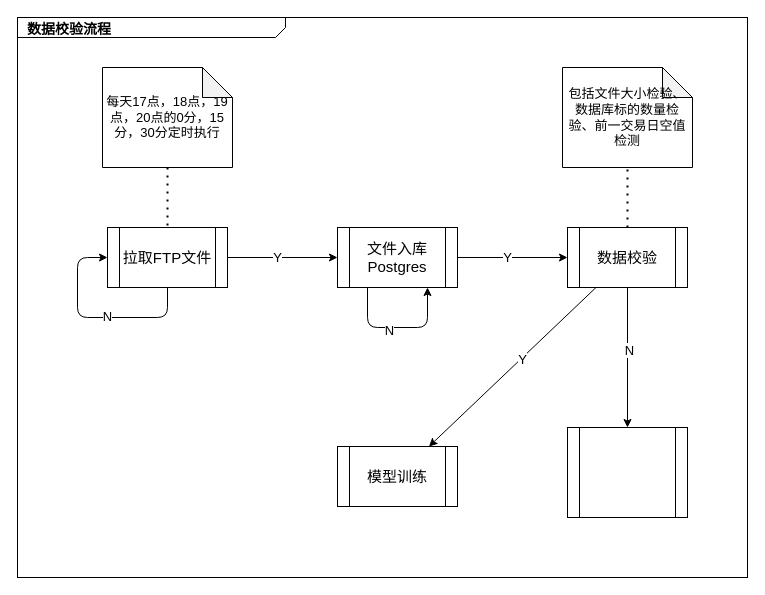
jayed008/notebook keeps this draw.io diagram as drawio/Untitled Diagram.drawio. Above is the earlier version. Source tidied: cells renumbered, new cells numbered last; positions are measured from the earlier drawing's top-left corner, leaving out a move shared by most shapes. Both pictures are drawn from the tidied source at 100%, with x=0, y=0 at pixel (17, 17).
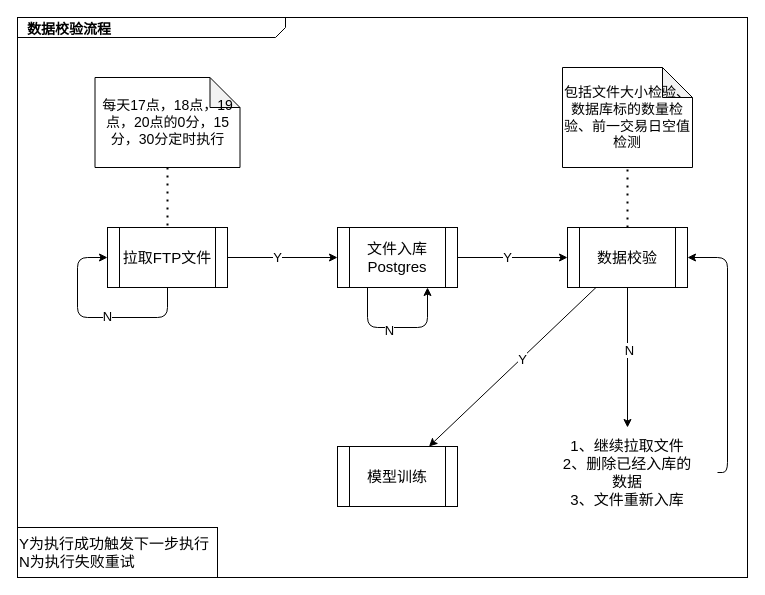
After the change.

Unchanged cells that the change refers to:
```xml
<mxCell id="14" value="&lt;font style=&quot;font-size: 15px&quot;&gt;数据校验&lt;/font&gt;" style="shape=process;whiteSpace=wrap;html=1;backgroundOutline=1;" parent="1" vertex="1">
  <mxGeometry x="550" y="210" width="120" height="60" as="geometry" />
</mxCell>
```

Diff of the diagram source:
```diff
@@
-    <mxCell id="15" value="包括文件大小检验、数据库标的数量检验、前一交易日空值检测" style="shape=note;whiteSpace=wrap;html=1;backgroundOutline=1;darkOpacity=0.05;fontSize=13;" parent="1" vertex="1">
+    <mxCell id="15" value="&lt;font style=&quot;font-size: 14px&quot;&gt;包括文件大小检验、数据库标的数量检验、前一交易日空值检测&lt;/font&gt;" style="shape=note;whiteSpace=wrap;html=1;backgroundOutline=1;darkOpacity=0.05;fontSize=13;" parent="1" vertex="1">
       <mxGeometry x="545" y="50" width="130" height="100" as="geometry" />
     </mxCell>
@@
-    <mxCell id="20" value="每天17点，18点，19点，20点的0分，15分，30分定时执行" style="shape=note;whiteSpace=wrap;html=1;backgroundOutline=1;darkOpacity=0.05;fontSize=13;" parent="1" vertex="1">
-      <mxGeometry x="85" y="50" width="130" height="100" as="geometry" />
+    <mxCell id="20" value="&lt;font style=&quot;font-size: 14px&quot;&gt;每天17点，18点，19点，20点的0分，15分，30分定时执行&lt;/font&gt;" style="shape=note;whiteSpace=wrap;html=1;backgroundOutline=1;darkOpacity=0.05;fontSize=13;" parent="1" vertex="1">
+      <mxGeometry x="77.5" y="60" width="145" height="90" as="geometry" />
     </mxCell>
@@
-    <mxCell id="22" style="shape=process;whiteSpace=wrap;html=1;backgroundOutline=1;" parent="1" vertex="1">
-      <mxGeometry x="550" y="410" width="120" height="90" as="geometry" />
+    <mxCell id="22" value="&lt;font style=&quot;font-size: 15px&quot;&gt;1、继续拉取文件&lt;br&gt;2、删除已经入库的数据&lt;br&gt;3、文件重新入库&lt;/font&gt;" style="shape=process;whiteSpace=wrap;html=1;backgroundOutline=1;strokeColor=none;" parent="1" vertex="1">
+      <mxGeometry x="520" y="410" width="180" height="90" as="geometry" />
     </mxCell>
@@
+    <mxCell id="27" style="endArrow=classic;html=1;entryX=1;entryY=0.5;entryDx=0;entryDy=0;exitX=1;exitY=0.5;exitDx=0;exitDy=0;" parent="1" edge="1" source="22" target="14">
+      <mxGeometry relative="1" as="geometry">
+        <Array as="points">
+          <mxPoint x="710" y="455" />
+          <mxPoint x="710" y="240" />
+        </Array>
+      </mxGeometry>
+    </mxCell>
+    <mxCell id="28" value="&lt;span style=&quot;font-size: 15px&quot;&gt;Y为执行成功触发下一步执行&lt;br&gt;N为执行失败重试&lt;br&gt;&lt;/span&gt;" style="text;html=1;fillColor=none;align=left;verticalAlign=middle;whiteSpace=wrap;rounded=0;fontSize=13;strokeColor=#000000;" parent="1" vertex="1">
+      <mxGeometry y="510" width="200" height="50" as="geometry" />
+    </mxCell>
```
